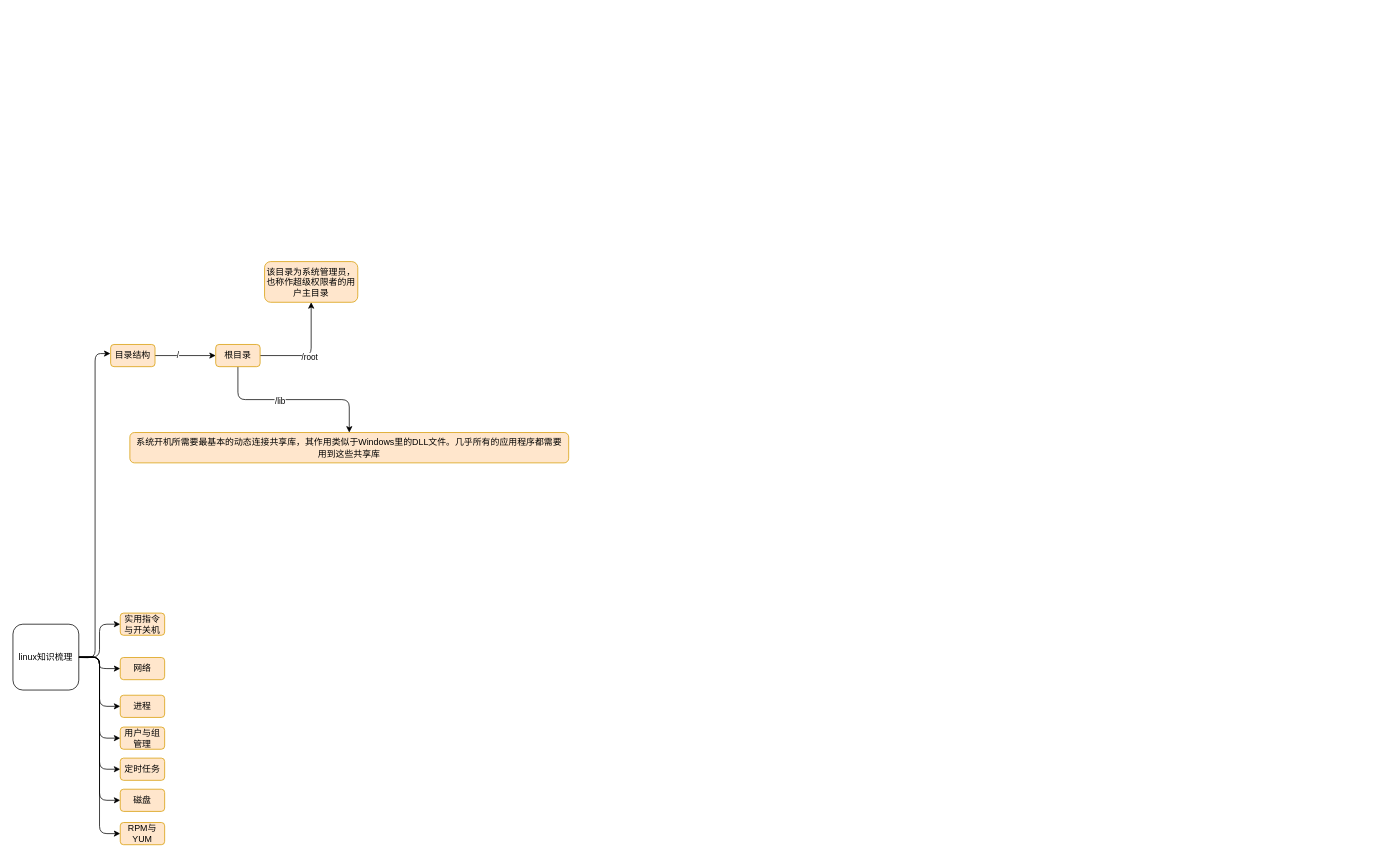
The draw.io diagram linux/linux.drawio in kangkangbs/draw, before the edit. Source tidied: cells renumbered, new cells numbered last; positions are measured from the earlier drawing's top-left corner, leaving out a move shared by most shapes. Both pictures are drawn from the tidied source at 74%, with x=0, y=0 at pixel (13, 261).
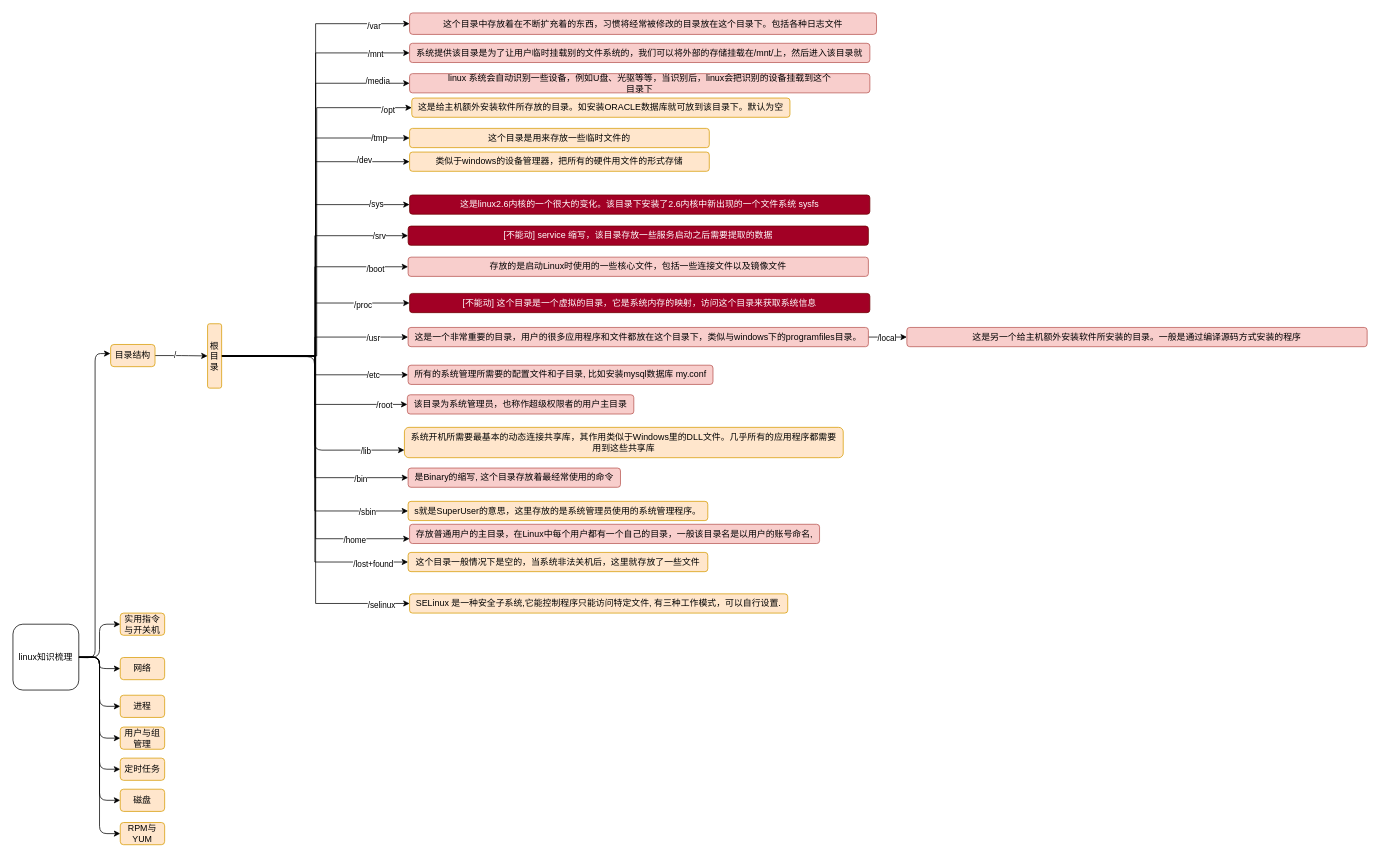
After the change.

Commit message:
更新目录结构linux.drawio

The change refers to these unchanged cells:
```xml
<mxCell id="16" style="edgeStyle=orthogonalEdgeStyle;rounded=1;jettySize=auto;html=1;" parent="1" edge="1" source="18" target="25">
  <mxGeometry relative="1" as="geometry" />
</mxCell>
```

What changed in the source:
```diff
@@
     <mxCell id="17" value="/" style="edgeLabel;html=1;align=center;verticalAlign=middle;rounded=1;" parent="16" vertex="1">
-      <mxGeometry x="-0.26" y="1" relative="1" as="geometry" />
+      <mxGeometry x="-0.26" y="1" width="21" height="25" relative="1" as="geometry">
+        <mxPoint x="-10" y="-12" as="offset" />
+      </mxGeometry>
     </mxCell>
@@
+    <mxCell id="23" style="edgeStyle=orthogonalEdgeStyle;rounded=1;jettySize=auto;html=1;entryX=0;entryY=0.75;entryDx=0;entryDy=0;" parent="1" edge="1" target="27">
+      <mxGeometry relative="1" as="geometry">
+        <mxPoint x="285" y="128" as="sourcePoint" />
+      </mxGeometry>
+    </mxCell>
+    <mxCell id="24" value="/lib" style="edgeLabel;html=1;align=center;verticalAlign=middle;" parent="23" vertex="1">
+      <mxGeometry x="0.72" y="-1" relative="1" as="geometry" />
+    </mxCell>
+    <mxCell id="28" style="edgeStyle=orthogonalEdgeStyle;rounded=0;jettySize=auto;html=1;entryX=0;entryY=0.5;entryDx=0;entryDy=0;" parent="1" edge="1" source="25" target="64">
+      <mxGeometry relative="1" as="geometry" />
+    </mxCell>
+    <mxCell id="29" value="/lost+found" style="edgeLabel;html=1;align=center;verticalAlign=middle;" parent="28" vertex="1">
+      <mxGeometry x="0.82" y="-2" relative="1" as="geometry" />
+    </mxCell>
+    <mxCell id="30" style="edgeStyle=orthogonalEdgeStyle;rounded=0;jettySize=auto;html=1;entryX=0;entryY=0.5;entryDx=0;entryDy=0;" parent="1" edge="1" source="25" target="63">
+      <mxGeometry relative="1" as="geometry" />
+    </mxCell>
+    <mxCell id="31" style="edgeLabel;html=1;align=center;verticalAlign=middle;" parent="30" vertex="1">
+      <mxGeometry x="0.77" y="-1" relative="1" as="geometry" />
+    </mxCell>
+    <mxCell id="32" value="/sbin" style="edgeLabel;html=1;align=center;verticalAlign=middle;" parent="30" vertex="1">
+      <mxGeometry x="0.76" y="-1" relative="1" as="geometry" />
+    </mxCell>
+    <mxCell id="33" style="edgeStyle=orthogonalEdgeStyle;rounded=0;jettySize=auto;html=1;entryX=0;entryY=0.5;entryDx=0;entryDy=0;" parent="1" edge="1" source="25" target="62">
+      <mxGeometry relative="1" as="geometry" />
+    </mxCell>
+    <mxCell id="34" style="edgeLabel;html=1;align=center;verticalAlign=middle;" parent="33" vertex="1">
+      <mxGeometry x="0.68" y="-4" relative="1" as="geometry" />
+    </mxCell>
+    <mxCell id="35" value="/bin" style="edgeLabel;html=1;align=center;verticalAlign=middle;" parent="33" vertex="1">
+      <mxGeometry x="0.69" y="-1" relative="1" as="geometry" />
+    </mxCell>
-    <mxCell id="21" style="edgeStyle=orthogonalEdgeStyle;rounded=1;jettySize=auto;html=1;" parent="1" edge="1" source="25" target="26">
+    <mxCell id="21" style="edgeStyle=orthogonalEdgeStyle;rounded=0;jettySize=auto;html=1;entryX=0;entryY=0.5;entryDx=0;entryDy=0;" parent="1" edge="1" source="25" target="26">
       <mxGeometry relative="1" as="geometry" />
     </mxCell>
-    <mxCell id="22" value="/root" style="edgeLabel;html=1;align=center;verticalAlign=middle;rounded=1;" parent="21" vertex="1">
-      <mxGeometry x="-0.07" y="-2" relative="1" as="geometry" />
+    <mxCell id="22" value="/root" style="edgeLabel;html=1;align=center;verticalAlign=middle;" parent="21" vertex="1">
+      <mxGeometry x="0.8" y="-1" relative="1" as="geometry" />
     </mxCell>
-    <mxCell id="23" style="edgeStyle=orthogonalEdgeStyle;rounded=1;jettySize=auto;html=1;" parent="1" edge="1" source="25" target="27">
-      <mxGeometry relative="1" as="geometry" />
-    </mxCell>
-    <mxCell id="24" value="/lib" style="edgeLabel;html=1;align=center;verticalAlign=middle;rounded=1;" parent="23" vertex="1">
-      <mxGeometry x="-0.16" y="-2" relative="1" as="geometry" />
-    </mxCell>
+    <mxCell id="36" style="edgeStyle=orthogonalEdgeStyle;rounded=0;jettySize=auto;html=1;entryX=0;entryY=0.5;entryDx=0;entryDy=0;" parent="1" edge="1" source="25" target="68">
+      <mxGeometry relative="1" as="geometry" />
+    </mxCell>
+    <mxCell id="37" value="/etc" style="edgeLabel;html=1;align=center;verticalAlign=middle;" parent="36" vertex="1">
+      <mxGeometry x="0.66" relative="1" as="geometry" />
+    </mxCell>
+    <mxCell id="38" style="edgeStyle=orthogonalEdgeStyle;rounded=0;jettySize=auto;html=1;entryX=0;entryY=0.5;entryDx=0;entryDy=0;" parent="1" edge="1" source="25" target="71">
+      <mxGeometry relative="1" as="geometry" />
+    </mxCell>
+    <mxCell id="39" value="/usr" style="edgeLabel;html=1;align=center;verticalAlign=middle;" parent="38" vertex="1">
+      <mxGeometry x="0.66" y="-1" relative="1" as="geometry" />
+    </mxCell>
+    <mxCell id="40" style="edgeStyle=orthogonalEdgeStyle;rounded=0;jettySize=auto;html=1;entryX=0;entryY=0.5;entryDx=0;entryDy=0;" parent="1" edge="1" source="25" target="72">
+      <mxGeometry relative="1" as="geometry" />
+    </mxCell>
+    <mxCell id="41" value="/boot" style="edgeLabel;html=1;align=center;verticalAlign=middle;" parent="40" vertex="1">
+      <mxGeometry x="0.76" y="-2" relative="1" as="geometry" />
+    </mxCell>
+    <mxCell id="42" style="edgeStyle=orthogonalEdgeStyle;rounded=0;jettySize=auto;html=1;entryX=0;entryY=0.5;entryDx=0;entryDy=0;" parent="1" edge="1" source="25" target="73">
+      <mxGeometry relative="1" as="geometry" />
+    </mxCell>
+    <mxCell id="43" value="/proc" style="edgeLabel;html=1;align=center;verticalAlign=middle;" parent="42" vertex="1">
+      <mxGeometry x="0.61" y="-2" relative="1" as="geometry" />
+    </mxCell>
+    <mxCell id="44" style="edgeStyle=orthogonalEdgeStyle;rounded=0;jettySize=auto;html=1;entryX=0;entryY=0.5;entryDx=0;entryDy=0;" parent="1" edge="1" source="25" target="74">
+      <mxGeometry relative="1" as="geometry" />
+    </mxCell>
+    <mxCell id="45" value="/srv" style="edgeLabel;html=1;align=center;verticalAlign=middle;" parent="44" vertex="1">
+      <mxGeometry x="0.81" relative="1" as="geometry" />
+    </mxCell>
+    <mxCell id="46" style="edgeStyle=orthogonalEdgeStyle;rounded=0;jettySize=auto;html=1;entryX=0;entryY=0.5;entryDx=0;entryDy=0;" parent="1" edge="1" source="25" target="75">
+      <mxGeometry relative="1" as="geometry" />
+    </mxCell>
+    <mxCell id="47" value="/sys" style="edgeLabel;html=1;align=center;verticalAlign=middle;" parent="46" vertex="1">
+      <mxGeometry x="0.8" y="1" relative="1" as="geometry" />
+    </mxCell>
+    <mxCell id="48" style="edgeStyle=orthogonalEdgeStyle;rounded=0;jettySize=auto;html=1;entryX=0;entryY=0.5;entryDx=0;entryDy=0;" parent="1" edge="1" source="25" target="76">
+      <mxGeometry relative="1" as="geometry" />
+    </mxCell>
+    <mxCell id="49" value="/tmp" style="edgeLabel;html=1;align=center;verticalAlign=middle;" parent="48" vertex="1">
+      <mxGeometry x="0.85" y="1" relative="1" as="geometry" />
+    </mxCell>
+    <mxCell id="50" style="edgeStyle=orthogonalEdgeStyle;rounded=0;jettySize=auto;html=1;entryX=0;entryY=0.5;entryDx=0;entryDy=0;" parent="1" edge="1" source="25" target="77">
+      <mxGeometry relative="1" as="geometry" />
+    </mxCell>
+    <mxCell id="51" value="/dev" style="edgeLabel;html=1;align=center;verticalAlign=middle;" parent="50" vertex="1">
+      <mxGeometry x="0.76" y="3" relative="1" as="geometry" />
+    </mxCell>
+    <mxCell id="52" style="edgeStyle=orthogonalEdgeStyle;rounded=0;jettySize=auto;html=1;entryX=0;entryY=0.5;entryDx=0;entryDy=0;" parent="1" edge="1" source="25" target="79">
+      <mxGeometry relative="1" as="geometry" />
+    </mxCell>
+    <mxCell id="53" value="/media" style="edgeLabel;html=1;align=center;verticalAlign=middle;" parent="52" vertex="1">
+      <mxGeometry x="0.86" y="3" relative="1" as="geometry" />
+    </mxCell>
+    <mxCell id="54" style="edgeStyle=orthogonalEdgeStyle;rounded=0;jettySize=auto;html=1;entryX=0;entryY=0.5;entryDx=0;entryDy=0;" parent="1" edge="1" source="25" target="78">
+      <mxGeometry relative="1" as="geometry" />
+    </mxCell>
+    <mxCell id="55" value="/opt " style="edgeLabel;html=1;align=center;verticalAlign=middle;" parent="54" vertex="1">
+      <mxGeometry x="0.89" y="-3" relative="1" as="geometry" />
+    </mxCell>
+    <mxCell id="56" style="edgeStyle=orthogonalEdgeStyle;rounded=0;jettySize=auto;html=1;entryX=0;entryY=0.5;entryDx=0;entryDy=0;" parent="1" edge="1" source="25" target="80">
+      <mxGeometry relative="1" as="geometry" />
+    </mxCell>
+    <mxCell id="57" value="/mnt" style="edgeLabel;html=1;align=center;verticalAlign=middle;" parent="56" vertex="1">
+      <mxGeometry x="0.86" y="-1" relative="1" as="geometry" />
+    </mxCell>
+    <mxCell id="58" style="edgeStyle=orthogonalEdgeStyle;rounded=0;jettySize=auto;html=1;entryX=0;entryY=0.5;entryDx=0;entryDy=0;" parent="1" edge="1" source="25" target="81">
+      <mxGeometry relative="1" as="geometry" />
+    </mxCell>
+    <mxCell id="59" value="/var" style="edgeLabel;html=1;align=center;verticalAlign=middle;" parent="58" vertex="1">
+      <mxGeometry x="0.86" y="-3" relative="1" as="geometry" />
+    </mxCell>
+    <mxCell id="60" style="edgeStyle=orthogonalEdgeStyle;rounded=0;jettySize=auto;html=1;entryX=0;entryY=0.5;entryDx=0;entryDy=0;" parent="1" edge="1" source="25" target="83">
+      <mxGeometry relative="1" as="geometry" />
+    </mxCell>
+    <mxCell id="61" value="/selinux" style="edgeLabel;html=1;align=center;verticalAlign=middle;" parent="60" vertex="1">
+      <mxGeometry x="0.87" y="-1" relative="1" as="geometry" />
+    </mxCell>
     <mxCell id="25" value="根目录" style="text;html=1;align=center;verticalAlign=middle;whiteSpace=wrap;rounded=1;fillColor=#ffe6cc;strokeColor=#d79b00;" parent="1" vertex="1">
-      <mxGeometry x="274" y="112" width="60" height="30" as="geometry" />
+      <mxGeometry x="263" y="84" width="19" height="87" as="geometry" />
     </mxCell>
-    <mxCell id="26" value="该目录为系统管理员，也称作超级权限者的用户主目录" style="text;html=1;align=center;verticalAlign=middle;whiteSpace=wrap;rounded=1;fillColor=#ffe6cc;strokeColor=#d79b00;" parent="1" vertex="1">
-      <mxGeometry x="340" width="126" height="55" as="geometry" />
+    <mxCell id="26" value="该目录为系统管理员，也称作超级权限者的用户主目录" style="text;html=1;align=center;verticalAlign=middle;whiteSpace=wrap;rounded=1;fillColor=#f8cecc;strokeColor=#b85450;" parent="1" vertex="1">
+      <mxGeometry x="533" y="180" width="306" height="26" as="geometry" />
     </mxCell>
     <mxCell id="27" value="系统开机所需要最基本的动态连接共享库，其作用类似于Windows里的DLL文件。几乎所有的应用程序都需要&lt;br/&gt;用到这些共享库" style="text;html=1;align=center;verticalAlign=middle;whiteSpace=wrap;rounded=1;fillColor=#ffe6cc;strokeColor=#d79b00;" parent="1" vertex="1">
-      <mxGeometry x="158" y="231" width="593" height="41" as="geometry" />
+      <mxGeometry x="529" y="224" width="593" height="41" as="geometry" />
     </mxCell>
+    <mxCell id="62" value="是Binary的缩写, 这个目录存放着最经常使用的命令" style="text;html=1;align=center;verticalAlign=middle;whiteSpace=wrap;rounded=1;fillColor=#f8cecc;strokeColor=#b85450;" parent="1" vertex="1">
+      <mxGeometry x="534" y="279" width="287" height="26" as="geometry" />
+    </mxCell>
+    <mxCell id="63" value="s就是SuperUser的意思，这里存放的是系统管理员使用的系统管理程序。" style="text;html=1;align=center;verticalAlign=middle;whiteSpace=wrap;rounded=1;fillColor=#ffe6cc;strokeColor=#d79b00;" parent="1" vertex="1">
+      <mxGeometry x="534" y="324" width="405" height="26" as="geometry" />
+    </mxCell>
+    <mxCell id="64" value="这个目录一般情况下是空的，当系统非法关机后，这里就存放了一些文件" style="text;html=1;align=center;verticalAlign=middle;whiteSpace=wrap;rounded=1;fillColor=#ffe6cc;strokeColor=#d79b00;" parent="1" vertex="1">
+      <mxGeometry x="534" y="393" width="405" height="26" as="geometry" />
+    </mxCell>
+    <mxCell id="65" value="存放普通用户的主目录，在Linux中每个用户都有一个自己的目录，一般该目录名是以用户的账号命名, " style="text;html=1;align=center;verticalAlign=middle;whiteSpace=wrap;rounded=1;fillColor=#f8cecc;strokeColor=#b85450;" parent="1" vertex="1">
+      <mxGeometry x="536" y="355" width="554" height="26" as="geometry" />
+    </mxCell>
+    <mxCell id="66" style="edgeStyle=orthogonalEdgeStyle;rounded=0;jettySize=auto;html=1;entryX=0;entryY=0.75;entryDx=0;entryDy=0;" parent="1" edge="1" source="25" target="65">
+      <mxGeometry relative="1" as="geometry" />
+    </mxCell>
+    <mxCell id="67" value="/home" style="edgeLabel;html=1;align=center;verticalAlign=middle;" parent="66" vertex="1">
+      <mxGeometry x="0.7" y="-2" relative="1" as="geometry" />
+    </mxCell>
+    <mxCell id="68" value="所有的系统管理所需要的配置文件和子目录, 比如安装mysql数据库 my.conf" style="text;html=1;align=center;verticalAlign=middle;whiteSpace=wrap;rounded=1;fillColor=#f8cecc;strokeColor=#b85450;" parent="1" vertex="1">
+      <mxGeometry x="534" y="140" width="412" height="26" as="geometry" />
+    </mxCell>
+    <mxCell id="69" style="edgeStyle=orthogonalEdgeStyle;rounded=0;jettySize=auto;html=1;" parent="1" edge="1" source="71" target="82">
+      <mxGeometry relative="1" as="geometry" />
+    </mxCell>
+    <mxCell id="70" value="/local" style="edgeLabel;html=1;align=center;verticalAlign=middle;" parent="69" vertex="1">
+      <mxGeometry x="-0.09" y="-1" relative="1" as="geometry" />
+    </mxCell>
+    <mxCell id="71" value="这是一个非常重要的目录，用户的很多应用程序和文件都放在这个目录下，类似与windows下的programfiles目录。" style="text;html=1;align=center;verticalAlign=middle;whiteSpace=wrap;rounded=1;fillColor=#f8cecc;strokeColor=#b85450;" parent="1" vertex="1">
+      <mxGeometry x="534" y="89" width="622" height="26" as="geometry" />
+    </mxCell>
+    <mxCell id="72" value="存放的是启动Linux时使用的一些核心文件，包括一些连接文件以及镜像文件" style="text;html=1;align=center;verticalAlign=middle;whiteSpace=wrap;rounded=1;fillColor=#f8cecc;strokeColor=#b85450;" parent="1" vertex="1">
+      <mxGeometry x="534" y="-6" width="622" height="26" as="geometry" />
+    </mxCell>
+    <mxCell id="73" value="[不能动] 这个目录是一个虚拟的目录，它是系统内存的映射，访问这个目录来获取系统信息" style="text;html=1;align=center;verticalAlign=middle;whiteSpace=wrap;rounded=1;fillColor=#a20025;strokeColor=#6F0000;fontColor=#ffffff;" parent="1" vertex="1">
+      <mxGeometry x="536" y="43" width="622" height="26" as="geometry" />
+    </mxCell>
+    <mxCell id="74" value=" [不能动] service 缩写，该目录存放一些服务启动之后需要提取的数据" style="text;html=1;align=center;verticalAlign=middle;whiteSpace=wrap;rounded=1;fillColor=#a20025;strokeColor=#6F0000;fontColor=#ffffff;" parent="1" vertex="1">
+      <mxGeometry x="534" y="-48" width="622" height="26" as="geometry" />
+    </mxCell>
+    <mxCell id="75" value=" 这是linux2.6内核的一个很大的变化。该目录下安装了2.6内核中新出现的一个文件系统 sysfs" style="text;html=1;align=center;verticalAlign=middle;whiteSpace=wrap;rounded=1;fillColor=#a20025;strokeColor=#6F0000;fontColor=#ffffff;" parent="1" vertex="1">
+      <mxGeometry x="536" y="-90" width="622" height="26" as="geometry" />
+    </mxCell>
+    <mxCell id="76" value="这个目录是用来存放一些临时文件的" style="text;html=1;align=center;verticalAlign=middle;whiteSpace=wrap;rounded=1;fillColor=#ffe6cc;strokeColor=#d79b00;" parent="1" vertex="1">
+      <mxGeometry x="536" y="-180" width="405" height="26" as="geometry" />
+    </mxCell>
+    <mxCell id="77" value="类似于windows的设备管理器，把所有的硬件用文件的形式存储" style="text;html=1;align=center;verticalAlign=middle;whiteSpace=wrap;rounded=1;fillColor=#ffe6cc;strokeColor=#d79b00;" parent="1" vertex="1">
+      <mxGeometry x="536" y="-148" width="405" height="26" as="geometry" />
+    </mxCell>
+    <mxCell id="78" value="这是给主机额外安装软件所存放的目录。如安装ORACLE数据库就可放到该目录下。默认为空" style="text;html=1;align=center;verticalAlign=middle;whiteSpace=wrap;rounded=1;fillColor=#ffe6cc;strokeColor=#d79b00;" parent="1" vertex="1">
+      <mxGeometry x="539" y="-221" width="511" height="26" as="geometry" />
+    </mxCell>
+    <mxCell id="79" value=" linux 系统会自动识别一些设备，例如U盘、光驱等等，当识别后，linux会把识别的设备挂载到这个&lt;br/&gt;目录下" style="text;html=1;align=center;verticalAlign=middle;whiteSpace=wrap;rounded=1;fillColor=#f8cecc;strokeColor=#b85450;" parent="1" vertex="1">
+      <mxGeometry x="536" y="-254" width="622" height="26" as="geometry" />
+    </mxCell>
+    <mxCell id="80" value="系统提供该目录是为了让用户临时挂载别的文件系统的，我们可以将外部的存储挂载在/mnt/上，然后进入该目录就" style="text;html=1;align=center;verticalAlign=middle;whiteSpace=wrap;rounded=1;fillColor=#f8cecc;strokeColor=#b85450;" parent="1" vertex="1">
+      <mxGeometry x="536" y="-295" width="622" height="26" as="geometry" />
+    </mxCell>
+    <mxCell id="81" value="这个目录中存放着在不断扩充着的东西，习惯将经常被修改的目录放在这个目录下。包括各种日志文件" style="text;html=1;align=center;verticalAlign=middle;whiteSpace=wrap;rounded=1;fillColor=#f8cecc;strokeColor=#b85450;" parent="1" vertex="1">
+      <mxGeometry x="536" y="-336" width="631" height="29" as="geometry" />
+    </mxCell>
+    <mxCell id="82" value="这是另一个给主机额外安装软件所安装的目录。一般是通过编译源码方式安装的程序" style="text;html=1;align=center;verticalAlign=middle;whiteSpace=wrap;rounded=1;fillColor=#f8cecc;strokeColor=#b85450;" parent="1" vertex="1">
+      <mxGeometry x="1208" y="89" width="622" height="26" as="geometry" />
+    </mxCell>
+    <mxCell id="83" value="SELinux 是一种安全子系统,它能控制程序只能访问特定文件, 有三种工作模式，可以自行设置." style="text;html=1;align=center;verticalAlign=middle;whiteSpace=wrap;rounded=1;fillColor=#ffe6cc;strokeColor=#d79b00;" parent="1" vertex="1">
+      <mxGeometry x="536" y="449" width="511" height="26" as="geometry" />
+    </mxCell>
```
